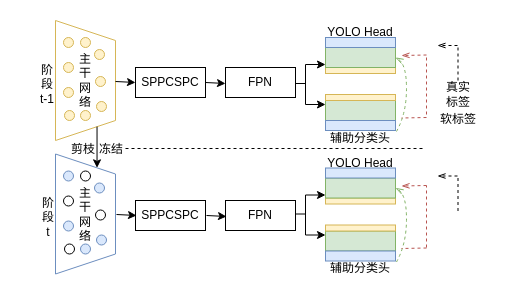
Earlier version of the draw.io diagram self_distillation.drawio (wangdayan/HuffmanTree). Source tidied: cells renumbered, new cells numbered last; positions are measured from the earlier drawing's top-left corner, leaving out a move shared by most shapes. Both pictures are drawn from the tidied source at 100%, with x=0, y=0 at pixel (17, 17).
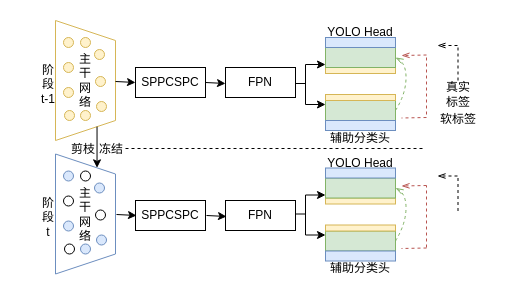
After the change.

Unchanged cells that the change refers to:
```xml
<mxCell id="7" style="rounded=0;whiteSpace=wrap;html=1;fillColor=#d5e8d4;strokeColor=#82b366;" parent="1" vertex="1">
  <mxGeometry x="308" y="83" width="70" height="20" as="geometry" />
</mxCell>
<mxCell id="11" style="rounded=0;whiteSpace=wrap;html=1;fillColor=#d5e8d4;strokeColor=#82b366;" parent="1" vertex="1">
  <mxGeometry x="308" y="30" width="70" height="20" as="geometry" />
</mxCell>
<mxCell id="53" style="rounded=0;whiteSpace=wrap;html=1;fillColor=#d5e8d4;strokeColor=#82b366;" parent="1" vertex="1">
  <mxGeometry x="308" y="213.5" width="70" height="20" as="geometry" />
</mxCell>
<mxCell id="57" style="rounded=0;whiteSpace=wrap;html=1;fillColor=#d5e8d4;strokeColor=#82b366;" parent="1" vertex="1">
  <mxGeometry x="308" y="160.5" width="70" height="20" as="geometry" />
</mxCell>
```

Change to the diagram source:
```diff
@@
-    <mxCell id="13" style="curved=1;endArrow=openThin;html=1;rounded=0;entryX=1;entryY=0.5;entryDx=0;entryDy=0;fillColor=#d5e8d4;strokeColor=#82b366;dashed=1;endFill=0;" parent="1" edge="1" target="11">
+    <mxCell id="13" style="curved=1;endArrow=openThin;html=1;rounded=0;entryX=1;entryY=0.5;entryDx=0;entryDy=0;fillColor=#d5e8d4;strokeColor=#82b366;dashed=1;endFill=0;exitX=1;exitY=0.5;exitDx=0;exitDy=0;" parent="1" edge="1" source="7" target="11">
       <mxGeometry relative="1" as="geometry">
-        <mxPoint x="379" y="114" as="sourcePoint" />
         <Array as="points">
-          <mxPoint x="389" y="96" />
+          <mxPoint x="388" y="77" />
           <mxPoint x="389" y="46" />
         </Array>
       </mxGeometry>
     </mxCell>
@@
-    <mxCell id="59" style="curved=1;endArrow=openThin;html=1;rounded=0;entryX=1;entryY=0.5;entryDx=0;entryDy=0;fillColor=#d5e8d4;strokeColor=#82b366;dashed=1;endFill=0;" parent="1" edge="1" target="57">
+    <mxCell id="59" style="curved=1;endArrow=openThin;html=1;rounded=0;entryX=1;entryY=0.5;entryDx=0;entryDy=0;fillColor=#d5e8d4;strokeColor=#82b366;dashed=1;endFill=0;exitX=1;exitY=0.5;exitDx=0;exitDy=0;" parent="1" edge="1" source="53" target="57">
       <mxGeometry relative="1" as="geometry">
-        <mxPoint x="379" y="244.5" as="sourcePoint" />
         <Array as="points">
-          <mxPoint x="389" y="226.5" />
+          <mxPoint x="388" y="207" />
           <mxPoint x="389" y="176.5" />
         </Array>
       </mxGeometry>
     </mxCell>
@@
-    <mxCell id="74" value="阶&lt;div&gt;段&lt;/div&gt;&lt;div&gt;t-1&lt;/div&gt;" style="text;strokeColor=none;align=center;fillColor=none;html=1;verticalAlign=middle;whiteSpace=wrap;rounded=0;" parent="1" vertex="1">
-      <mxGeometry y="52" width="60" height="30" as="geometry" />
+    <mxCell id="74" value="阶&lt;div&gt;段&lt;/div&gt;&lt;div&gt;t-1&lt;/div&gt;" style="text;strokeColor=none;align=center;fillColor=none;html=1;verticalAlign=middle;whiteSpace=wrap;rounded=0;fontSize=12;fontStyle=0;" parent="1" vertex="1">
+      <mxGeometry x="1" y="52" width="60" height="30" as="geometry" />
     </mxCell>
```
